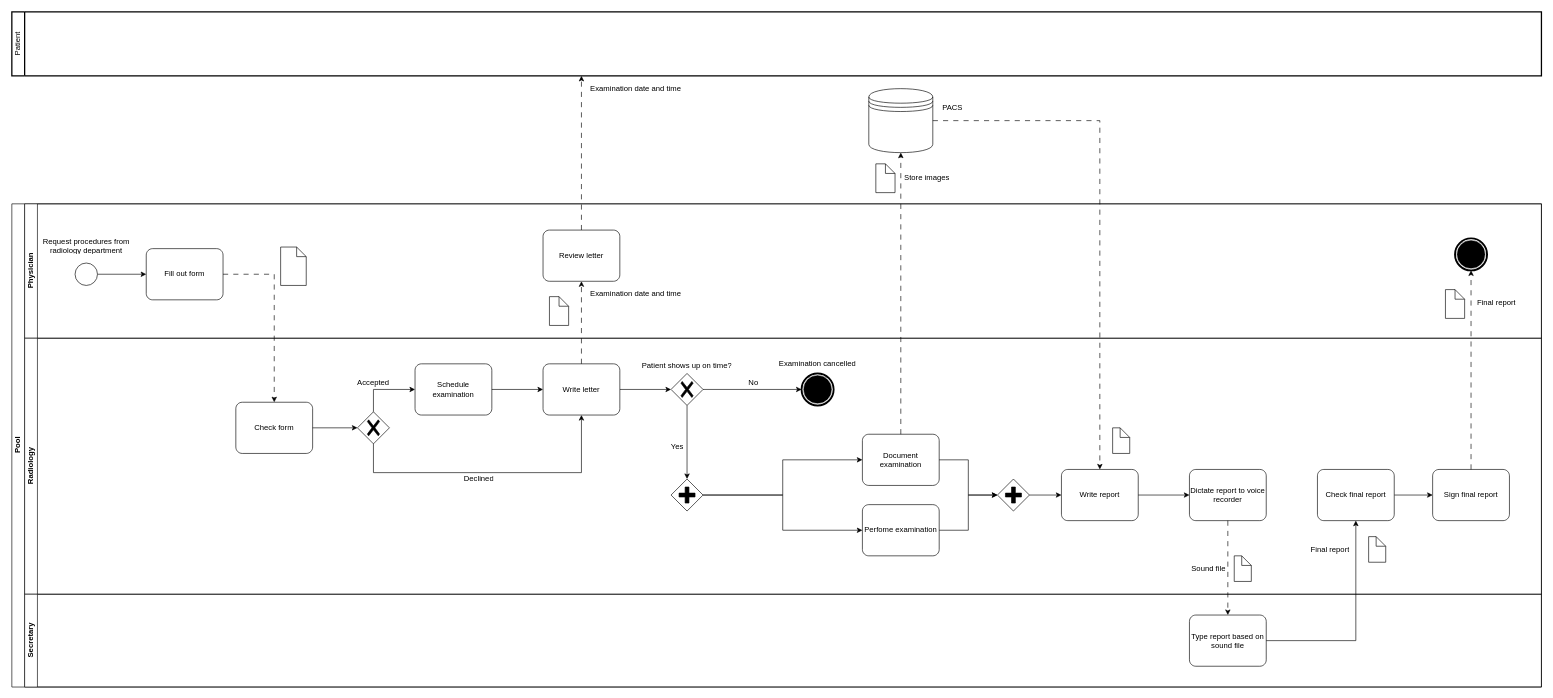
The draw.io diagram TDT4175-information-systems/tasks/bpmn/peer-review/models/model-1.drawio in jKm00/master-courses, before the edit. Source tidied: cells renumbered, new cells numbered last; positions are measured from the earlier drawing's top-left corner, leaving out a move shared by most shapes. Both pictures are drawn from the tidied source at 64%, with x=0, y=0 at pixel (-8, 12).
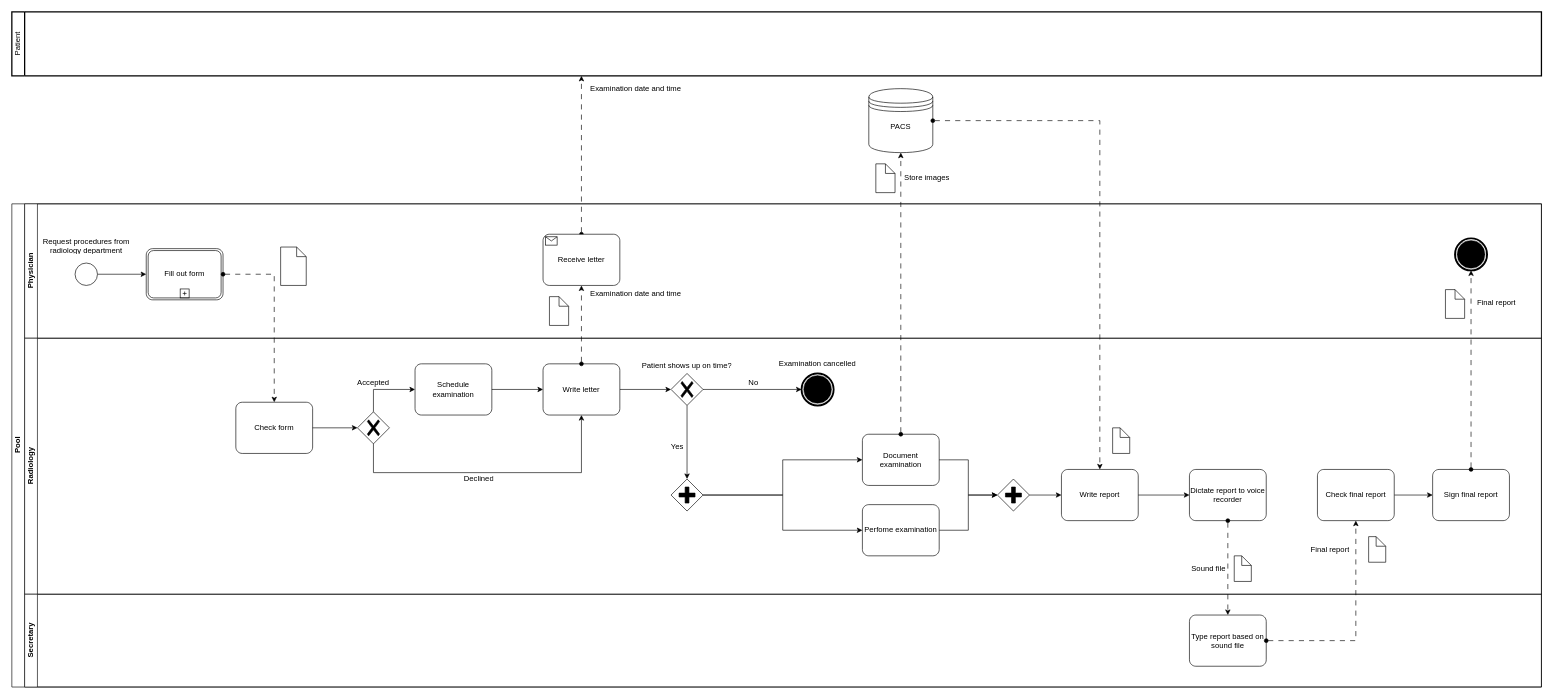
After the change.

Commit message (it also covers changes not shown here):
tdt4175: fix messages

The change refers to these unchanged cells:
```xml
<mxCell id="2" value="Pool" style="swimlane;html=1;horizontal=0;startSize=20;whiteSpace=wrap;" parent="1" vertex="1">
  <mxGeometry x="30" y="300" width="2390" height="755" as="geometry" />
</mxCell>
<mxCell id="3" value="Physician" style="swimlane;html=1;startSize=20;horizontal=0;" parent="2" vertex="1">
  <mxGeometry x="20" width="2370" height="210" as="geometry" />
</mxCell>
<mxCell id="5" style="points=[[0.145,0.145,0],[0.5,0,0],[0.855,0.145,0],[1,0.5,0],[0.855,0.855,0],[0.5,1,0],[0.145,0.855,0],[0,0.5,0]];shape=mxgraph.bpmn.event;html=1;verticalLabelPosition=bottom;labelBackgroundColor=#ffffff;verticalAlign=top;align=center;perimeter=ellipsePerimeter;outlineConnect=0;outline=standard;symbol=general;" parent="3" vertex="1">
  <mxGeometry x="78.8" y="92.5" width="35" height="35" as="geometry" />
</mxCell>
<mxCell id="13" style="points=[[0.145,0.145,0],[0.5,0,0],[0.855,0.145,0],[1,0.5,0],[0.855,0.855,0],[0.5,1,0],[0.145,0.855,0],[0,0.5,0]];shape=mxgraph.bpmn.event;html=1;verticalLabelPosition=bottom;labelBackgroundColor=#ffffff;verticalAlign=top;align=center;perimeter=ellipsePerimeter;outlineConnect=0;outline=end;symbol=terminate;" parent="3" vertex="1">
  <mxGeometry x="2235" y="54" width="50" height="50" as="geometry" />
</mxCell>
<mxCell id="17" value="Check form" style="points=[[0.25,0,0],[0.5,0,0],[0.75,0,0],[1,0.25,0],[1,0.5,0],[1,0.75,0],[0.75,1,0],[0.5,1,0],[0.25,1,0],[0,0.75,0],[0,0.5,0],[0,0.25,0]];shape=mxgraph.bpmn.task;whiteSpace=wrap;rectStyle=rounded;size=10;html=1;taskMarker=abstract;" parent="16" vertex="1">
  <mxGeometry x="330" y="100" width="120" height="80" as="geometry" />
</mxCell>
<mxCell id="24" value="Write letter" style="points=[[0.25,0,0],[0.5,0,0],[0.75,0,0],[1,0.25,0],[1,0.5,0],[1,0.75,0],[0.75,1,0],[0.5,1,0],[0.25,1,0],[0,0.75,0],[0,0.5,0],[0,0.25,0]];shape=mxgraph.bpmn.task;whiteSpace=wrap;rectStyle=rounded;size=10;html=1;taskMarker=abstract;" parent="16" vertex="1">
  <mxGeometry x="810" y="40" width="120" height="80" as="geometry" />
</mxCell>
<mxCell id="35" value="Document examination" style="points=[[0.25,0,0],[0.5,0,0],[0.75,0,0],[1,0.25,0],[1,0.5,0],[1,0.75,0],[0.75,1,0],[0.5,1,0],[0.25,1,0],[0,0.75,0],[0,0.5,0],[0,0.25,0]];shape=mxgraph.bpmn.task;whiteSpace=wrap;rectStyle=rounded;size=10;html=1;taskMarker=abstract;" parent="16" vertex="1">
  <mxGeometry x="1309" y="150" width="120" height="80" as="geometry" />
</mxCell>
<mxCell id="41" value="Write report" style="points=[[0.25,0,0],[0.5,0,0],[0.75,0,0],[1,0.25,0],[1,0.5,0],[1,0.75,0],[0.75,1,0],[0.5,1,0],[0.25,1,0],[0,0.75,0],[0,0.5,0],[0,0.25,0]];shape=mxgraph.bpmn.task;whiteSpace=wrap;rectStyle=rounded;size=10;html=1;taskMarker=abstract;" parent="16" vertex="1">
  <mxGeometry x="1620" y="205" width="120" height="80" as="geometry" />
</mxCell>
<mxCell id="47" value="Dictate report to voice recorder" style="points=[[0.25,0,0],[0.5,0,0],[0.75,0,0],[1,0.25,0],[1,0.5,0],[1,0.75,0],[0.75,1,0],[0.5,1,0],[0.25,1,0],[0,0.75,0],[0,0.5,0],[0,0.25,0]];shape=mxgraph.bpmn.task;whiteSpace=wrap;rectStyle=rounded;size=10;html=1;taskMarker=abstract;" parent="16" vertex="1">
  <mxGeometry x="1820" y="205" width="120" height="80" as="geometry" />
</mxCell>
<mxCell id="52" value="Check final report" style="points=[[0.25,0,0],[0.5,0,0],[0.75,0,0],[1,0.25,0],[1,0.5,0],[1,0.75,0],[0.75,1,0],[0.5,1,0],[0.25,1,0],[0,0.75,0],[0,0.5,0],[0,0.25,0]];shape=mxgraph.bpmn.task;whiteSpace=wrap;rectStyle=rounded;size=10;html=1;taskMarker=abstract;" parent="16" vertex="1">
  <mxGeometry x="2020" y="205" width="120" height="80" as="geometry" />
</mxCell>
<mxCell id="53" value="Sign final report" style="points=[[0.25,0,0],[0.5,0,0],[0.75,0,0],[1,0.25,0],[1,0.5,0],[1,0.75,0],[0.75,1,0],[0.5,1,0],[0.25,1,0],[0,0.75,0],[0,0.5,0],[0,0.25,0]];shape=mxgraph.bpmn.task;whiteSpace=wrap;rectStyle=rounded;size=10;html=1;taskMarker=abstract;" parent="16" vertex="1">
  <mxGeometry x="2200" y="205" width="120" height="80" as="geometry" />
</mxCell>
<mxCell id="59" value="Type report based on sound file" style="points=[[0.25,0,0],[0.5,0,0],[0.75,0,0],[1,0.25,0],[1,0.5,0],[1,0.75,0],[0.75,1,0],[0.5,1,0],[0.25,1,0],[0,0.75,0],[0,0.5,0],[0,0.25,0]];shape=mxgraph.bpmn.task;whiteSpace=wrap;rectStyle=rounded;size=10;html=1;taskMarker=abstract;" parent="58" vertex="1">
  <mxGeometry x="1820" y="32.5" width="120" height="80" as="geometry" />
</mxCell>
<mxCell id="66" style="shape=datastore;html=1;labelPosition=center;verticalLabelPosition=bottom;align=center;verticalAlign=top;" parent="1" vertex="1">
  <mxGeometry x="1369" y="120" width="100" height="100" as="geometry" />
</mxCell>
```

Diff of the diagram source:
```diff
@@
-    <mxCell id="4" style="edgeStyle=orthogonalEdgeStyle;rounded=0;jettySize=auto;html=1;" parent="3" edge="1" source="5" target="7">
+    <mxCell id="4" style="edgeStyle=orthogonalEdgeStyle;rounded=0;jettySize=auto;html=1;entryX=0;entryY=0.5;entryDx=0;entryDy=0;entryPerimeter=0;" parent="3" edge="1" source="5" target="7">
       <mxGeometry relative="1" as="geometry" />
     </mxCell>
@@
-    <mxCell id="7" value="Fill out form" style="points=[[0.25,0,0],[0.5,0,0],[0.75,0,0],[1,0.25,0],[1,0.5,0],[1,0.75,0],[0.75,1,0],[0.5,1,0],[0.25,1,0],[0,0.75,0],[0,0.5,0],[0,0.25,0]];shape=mxgraph.bpmn.task;whiteSpace=wrap;rectStyle=rounded;size=10;html=1;taskMarker=abstract;" parent="3" vertex="1">
-      <mxGeometry x="190" y="70" width="120" height="80" as="geometry" />
-    </mxCell>
@@
-    <mxCell id="9" style="edgeStyle=orthogonalEdgeStyle;rounded=0;jettySize=auto;html=1;dashed=1;dashPattern=8 8;" parent="3" edge="1" source="10">
+    <mxCell id="9" style="edgeStyle=orthogonalEdgeStyle;rounded=0;jettySize=auto;html=1;dashed=1;dashPattern=8 8;startArrow=oval;startFill=1;exitX=0.5;exitY=0;exitDx=0;exitDy=0;exitPerimeter=0;" parent="3" edge="1" source="72">
       <mxGeometry relative="1" as="geometry">
         <mxPoint x="870" y="-200" as="targetPoint" />
       </mxGeometry>
     </mxCell>
-    <mxCell id="10" value="Review letter" style="points=[[0.25,0,0],[0.5,0,0],[0.75,0,0],[1,0.25,0],[1,0.5,0],[1,0.75,0],[0.75,1,0],[0.5,1,0],[0.25,1,0],[0,0.75,0],[0,0.5,0],[0,0.25,0]];shape=mxgraph.bpmn.task;whiteSpace=wrap;rectStyle=rounded;size=10;html=1;taskMarker=abstract;" parent="3" vertex="1">
-      <mxGeometry x="810" y="41" width="120" height="80" as="geometry" />
-    </mxCell>
@@
+    <mxCell id="72" value="Receive letter" style="points=[[0.25,0,0],[0.5,0,0],[0.75,0,0],[1,0.25,0],[1,0.5,0],[1,0.75,0],[0.75,1,0],[0.5,1,0],[0.25,1,0],[0,0.75,0],[0,0.5,0],[0,0.25,0]];shape=mxgraph.bpmn.task;whiteSpace=wrap;rectStyle=rounded;size=10;html=1;taskMarker=receive;" parent="3" vertex="1">
+      <mxGeometry x="810" y="47.5" width="120" height="80" as="geometry" />
+    </mxCell>
+    <mxCell id="7" value="Fill out form" style="points=[[0.25,0,0],[0.5,0,0],[0.75,0,0],[1,0.25,0],[1,0.5,0],[1,0.75,0],[0.75,1,0],[0.5,1,0],[0.25,1,0],[0,0.75,0],[0,0.5,0],[0,0.25,0]];shape=mxgraph.bpmn.task;whiteSpace=wrap;rectStyle=rounded;size=10;html=1;taskMarker=abstract;bpmnShapeType=transaction;isLoopSub=1;" parent="3" vertex="1">
+      <mxGeometry x="190" y="70" width="120" height="80" as="geometry" />
+    </mxCell>
@@
-    <mxCell id="56" style="edgeStyle=orthogonalEdgeStyle;rounded=0;jettySize=auto;html=1;entryX=0.5;entryY=0;entryDx=0;entryDy=0;entryPerimeter=0;dashed=1;dashPattern=8 8;" parent="2" edge="1" source="7" target="17">
+    <mxCell id="56" style="edgeStyle=orthogonalEdgeStyle;rounded=0;jettySize=auto;html=1;entryX=0.5;entryY=0;entryDx=0;entryDy=0;entryPerimeter=0;dashed=1;dashPattern=8 8;startArrow=oval;startFill=1;exitX=1;exitY=0.5;exitDx=0;exitDy=0;exitPerimeter=0;" parent="2" edge="1" source="7" target="17">
       <mxGeometry relative="1" as="geometry">
         <Array as="points">
           <mxPoint x="410" y="110" />
         </Array>
       </mxGeometry>
     </mxCell>
-    <mxCell id="57" style="edgeStyle=orthogonalEdgeStyle;rounded=0;jettySize=auto;html=1;entryX=0.5;entryY=1;entryDx=0;entryDy=0;entryPerimeter=0;dashed=1;dashPattern=8 8;exitX=0.5;exitY=0;exitDx=0;exitDy=0;exitPerimeter=0;" parent="2" edge="1" source="24" target="10">
+    <mxCell id="57" style="edgeStyle=orthogonalEdgeStyle;rounded=0;jettySize=auto;html=1;dashed=1;dashPattern=8 8;exitX=0.5;exitY=0;exitDx=0;exitDy=0;exitPerimeter=0;startArrow=oval;startFill=1;entryX=0.5;entryY=1;entryDx=0;entryDy=0;entryPerimeter=0;" parent="2" edge="1" source="24" target="72">
       <mxGeometry relative="1" as="geometry" />
     </mxCell>
@@
-    <mxCell id="60" style="edgeStyle=orthogonalEdgeStyle;rounded=0;jettySize=auto;html=1;entryX=0.5;entryY=0;entryDx=0;entryDy=0;entryPerimeter=0;dashed=1;dashPattern=8 8;" parent="2" edge="1" source="47" target="59">
+    <mxCell id="60" style="edgeStyle=orthogonalEdgeStyle;rounded=0;jettySize=auto;html=1;entryX=0.5;entryY=0;entryDx=0;entryDy=0;entryPerimeter=0;dashed=1;dashPattern=8 8;startArrow=oval;startFill=1;" parent="2" edge="1" source="47" target="59">
       <mxGeometry relative="1" as="geometry" />
     </mxCell>
-    <mxCell id="61" style="edgeStyle=orthogonalEdgeStyle;rounded=0;jettySize=auto;html=1;entryX=0.5;entryY=1;entryDx=0;entryDy=0;entryPerimeter=0;" parent="2" edge="1" source="59" target="52">
+    <mxCell id="61" style="edgeStyle=orthogonalEdgeStyle;rounded=0;jettySize=auto;html=1;entryX=0.5;entryY=1;entryDx=0;entryDy=0;entryPerimeter=0;dashed=1;dashPattern=8 8;startArrow=oval;startFill=1;" parent="2" edge="1" source="59" target="52">
       <mxGeometry relative="1" as="geometry" />
     </mxCell>
-    <mxCell id="62" style="edgeStyle=orthogonalEdgeStyle;rounded=0;jettySize=auto;html=1;entryX=0.5;entryY=1;entryDx=0;entryDy=0;entryPerimeter=0;dashed=1;dashPattern=8 8;" parent="2" edge="1" source="53" target="13">
+    <mxCell id="62" style="edgeStyle=orthogonalEdgeStyle;rounded=0;jettySize=auto;html=1;entryX=0.5;entryY=1;entryDx=0;entryDy=0;entryPerimeter=0;dashed=1;dashPattern=8 8;startArrow=oval;startFill=1;" parent="2" edge="1" source="53" target="13">
       <mxGeometry relative="1" as="geometry" />
     </mxCell>
@@
-    <mxCell id="67" style="edgeStyle=orthogonalEdgeStyle;rounded=0;jettySize=auto;html=1;entryX=0.5;entryY=1;entryDx=0;entryDy=0;dashed=1;dashPattern=8 8;" parent="1" edge="1" source="35" target="66">
+    <mxCell id="67" style="edgeStyle=orthogonalEdgeStyle;rounded=0;jettySize=auto;html=1;entryX=0.5;entryY=1;entryDx=0;entryDy=0;dashed=1;dashPattern=8 8;startArrow=oval;startFill=1;" parent="1" edge="1" source="35" target="66">
       <mxGeometry relative="1" as="geometry" />
     </mxCell>
@@
-    <mxCell id="70" style="edgeStyle=orthogonalEdgeStyle;rounded=0;jettySize=auto;html=1;entryX=0.5;entryY=0;entryDx=0;entryDy=0;entryPerimeter=0;dashed=1;dashPattern=8 8;" parent="1" edge="1" source="66" target="41">
+    <mxCell id="70" style="edgeStyle=orthogonalEdgeStyle;rounded=0;jettySize=auto;html=1;entryX=0.5;entryY=0;entryDx=0;entryDy=0;entryPerimeter=0;dashed=1;dashPattern=8 8;startArrow=oval;startFill=1;" parent="1" edge="1" source="66" target="41">
       <mxGeometry relative="1" as="geometry" />
     </mxCell>
     <mxCell id="71" value="PACS" style="text;html=1;strokeColor=none;fillColor=none;align=center;verticalAlign=middle;whiteSpace=wrap;overflow=hidden;" parent="1" vertex="1">
-      <mxGeometry x="1460" y="140" width="80" height="20" as="geometry" />
+      <mxGeometry x="1379" y="170" width="80" height="20" as="geometry" />
     </mxCell>
```
